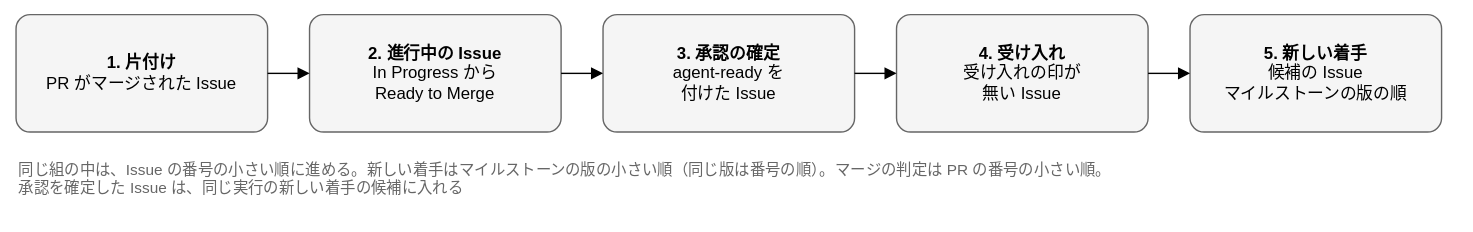
The draw.io diagram docs/design/basic/diagrams/02-issue-order.drawio.svg in Joymerrevent/dev-autopilot, before a commit. Source tidied: cells renumbered, new cells last; positions are measured from the earlier drawing's top-left corner, leaving out a move shared by most shapes.
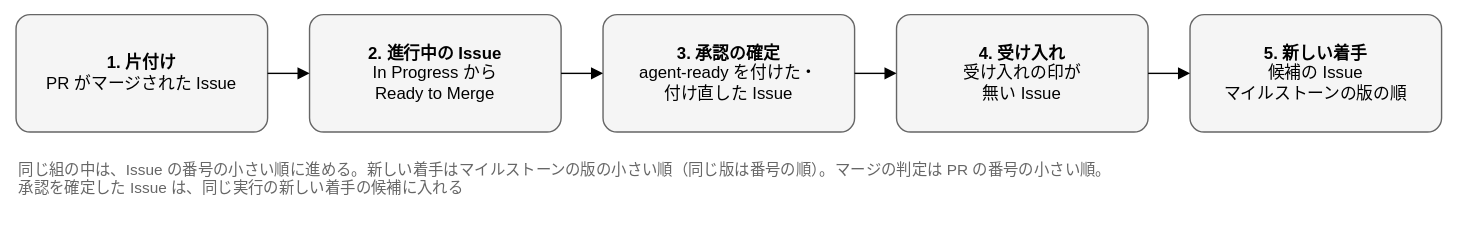
After the change.

Commit message:
docs: 承認を agent-ready の付け直しでやり直す形を、基本設計に反映する

Change to the diagram source:
```diff
@@ -11,7 +11,7 @@
     <mxCell id="4" style="edgeStyle=orthogonalEdgeStyle;rounded=1;html=1;endArrow=block;endFill=1;fontSize=11;labelBackgroundColor=#ffffff;exitX=1;exitY=0.5;exitDx=0;exitDy=0;entryX=0;entryY=0.5;entryDx=0;entryDy=0;" parent="1" edge="1" source="2" target="3">
       <mxGeometry relative="1" as="geometry" />
     </mxCell>
-    <mxCell id="5" value="&lt;b&gt;3. 承認の確定&lt;/b&gt;&lt;br&gt;agent-ready を&lt;br&gt;付けた Issue" style="rounded=1;whiteSpace=wrap;html=1;fontSize=12;arcSize=12;spacing=12;fillColor=#f5f5f5;strokeColor=#666666;" parent="1" vertex="1">
+    <mxCell id="5" value="&lt;b&gt;3. 承認の確定&lt;/b&gt;&lt;br&gt;agent-ready を付けた・&lt;br&gt;付け直した Issue" style="rounded=1;whiteSpace=wrap;html=1;fontSize=12;arcSize=12;spacing=12;fillColor=#f5f5f5;strokeColor=#666666;" parent="1" vertex="1">
       <mxGeometry x="420" width="180" height="84" as="geometry" />
     </mxCell>
     <mxCell id="6" style="edgeStyle=orthogonalEdgeStyle;rounded=1;html=1;endArrow=block;endFill=1;fontSize=11;labelBackgroundColor=#ffffff;exitX=1;exitY=0.5;exitDx=0;exitDy=0;entryX=0;entryY=0.5;entryDx=0;entryDy=0;" parent="1" edge="1" source="3" target="5">
```
